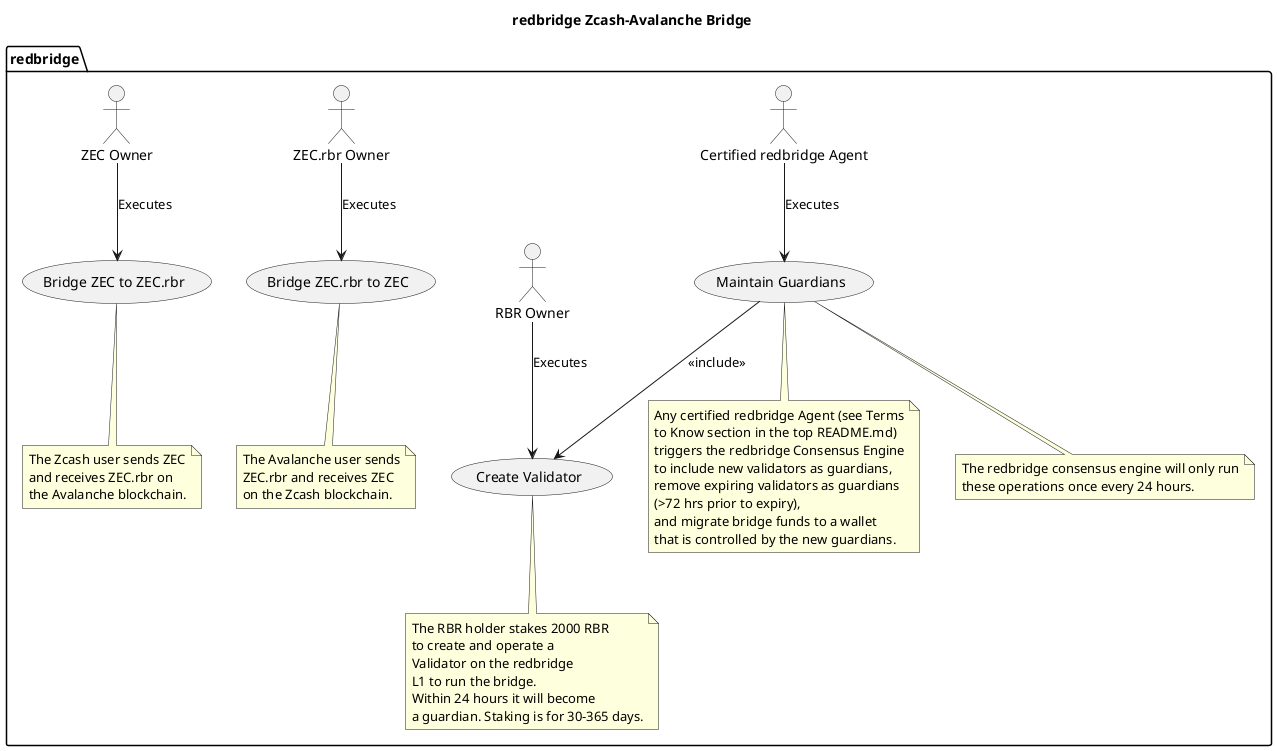
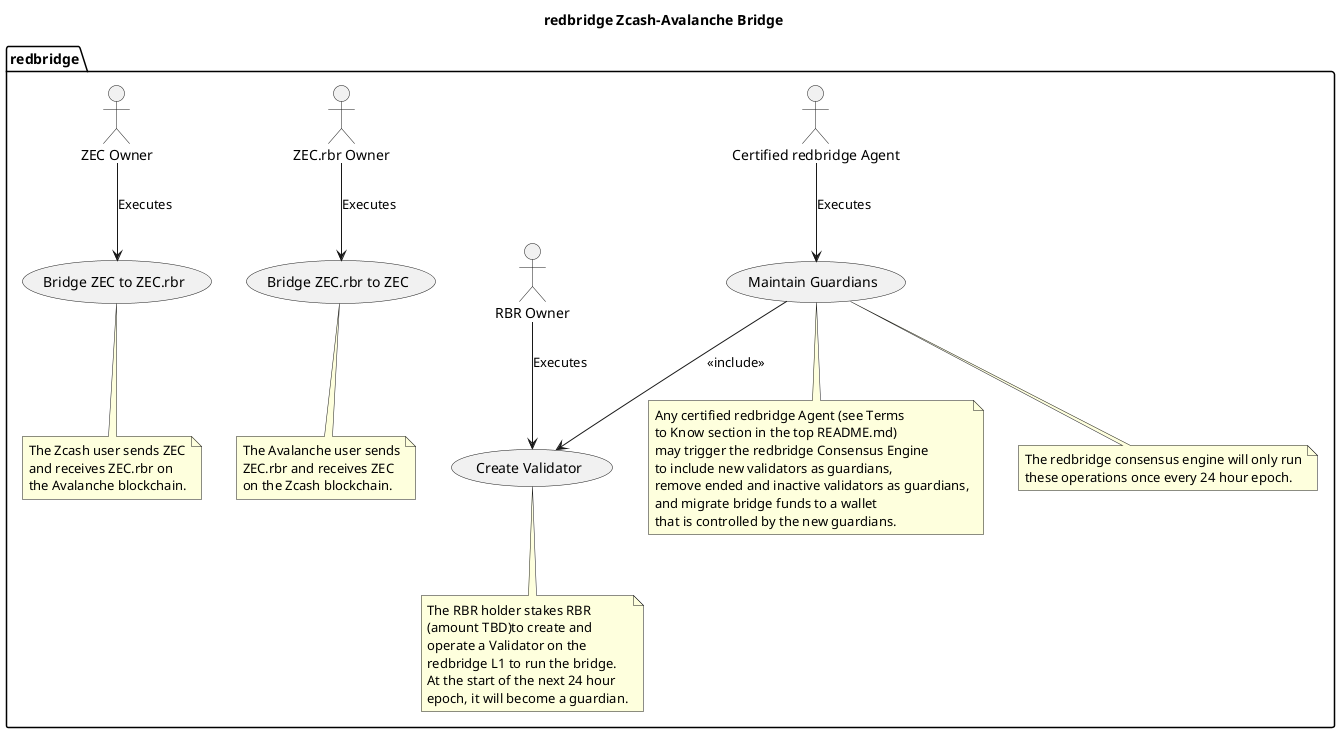
@startuml

title redbridge Zcash-Avalanche Bridge

package "redbridge" {

    usecase "Maintain Guardians" as UC4
    usecase "Create Validator" as UC3
    usecase "Bridge ZEC.rbr to ZEC" as UC2
    usecase "Bridge ZEC to ZEC.rbr" as UC1

    actor "Certified redbridge Agent" as A4
    actor "RBR Owner" as A3
    actor "ZEC.rbr Owner" as A2
    actor "ZEC Owner" as A1

    A4 --> UC4 : Executes
    A3 --> UC3 : Executes
    A2 --> UC2 : Executes
    A1 --> UC1 : Executes
    UC4 --> UC3 : <<include>>

    note bottom of UC4
        Any certified redbridge Agent (see Terms
        to Know section in the top README.md)
-         triggers the redbridge Consensus Engine
+         may trigger the redbridge Consensus Engine
        to include new validators as guardians,
-         remove expiring validators as guardians
-         (>72 hrs prior to expiry),
+         remove ended and inactive validators as guardians,
        and migrate bridge funds to a wallet
        that is controlled by the new guardians.
    end note

    note bottom of UC4
        The redbridge consensus engine will only run
-         these operations once every 24 hours.
+         these operations once every 24 hour epoch.
    end note

    note bottom of UC3
-         The RBR holder stakes 2000 RBR
-         to create and operate a
-         Validator on the redbridge
-         L1 to run the bridge.
-         Within 24 hours it will become
-         a guardian. Staking is for 30-365 days.
+         The RBR holder stakes RBR
+         (amount TBD)to create and
+         operate a Validator on the
+         redbridge L1 to run the bridge.
+         At the start of the next 24 hour
+         epoch, it will become a guardian.
    end note

    note bottom of UC2
        The Avalanche user sends
        ZEC.rbr and receives ZEC
        on the Zcash blockchain.
    end note

    note bottom of UC1
        The Zcash user sends ZEC
        and receives ZEC.rbr on
        the Avalanche blockchain.
    end note

}

@enduml
